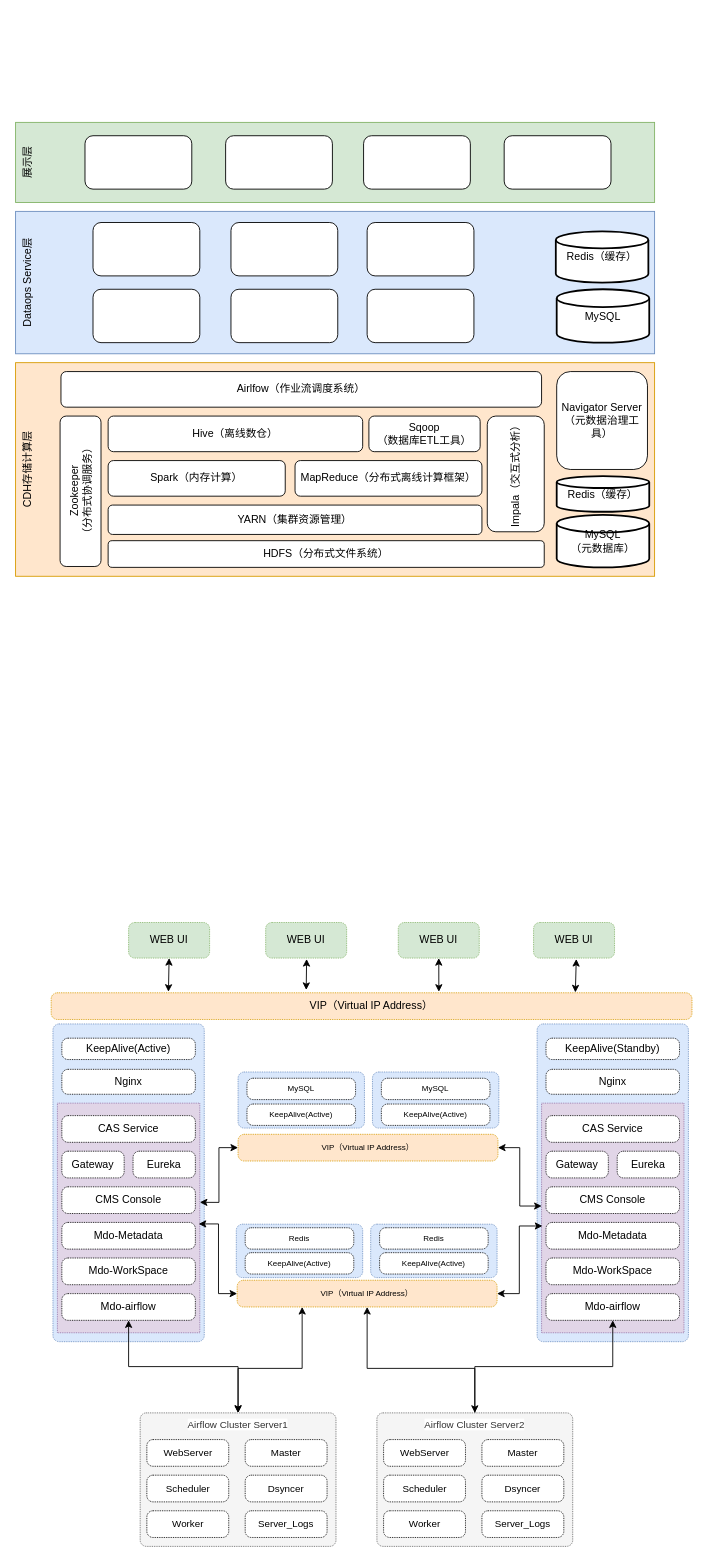
Earlier version of the draw.io diagram Untitled Diagram.drawio (fayson/cdh-autouninstall). Source tidied: cells renumbered, new cells numbered last; positions are measured from the earlier drawing's top-left corner, leaving out a move shared by most shapes. Both pictures are drawn from the tidied source at 89%, with x=0, y=0 at pixel (15, 122).
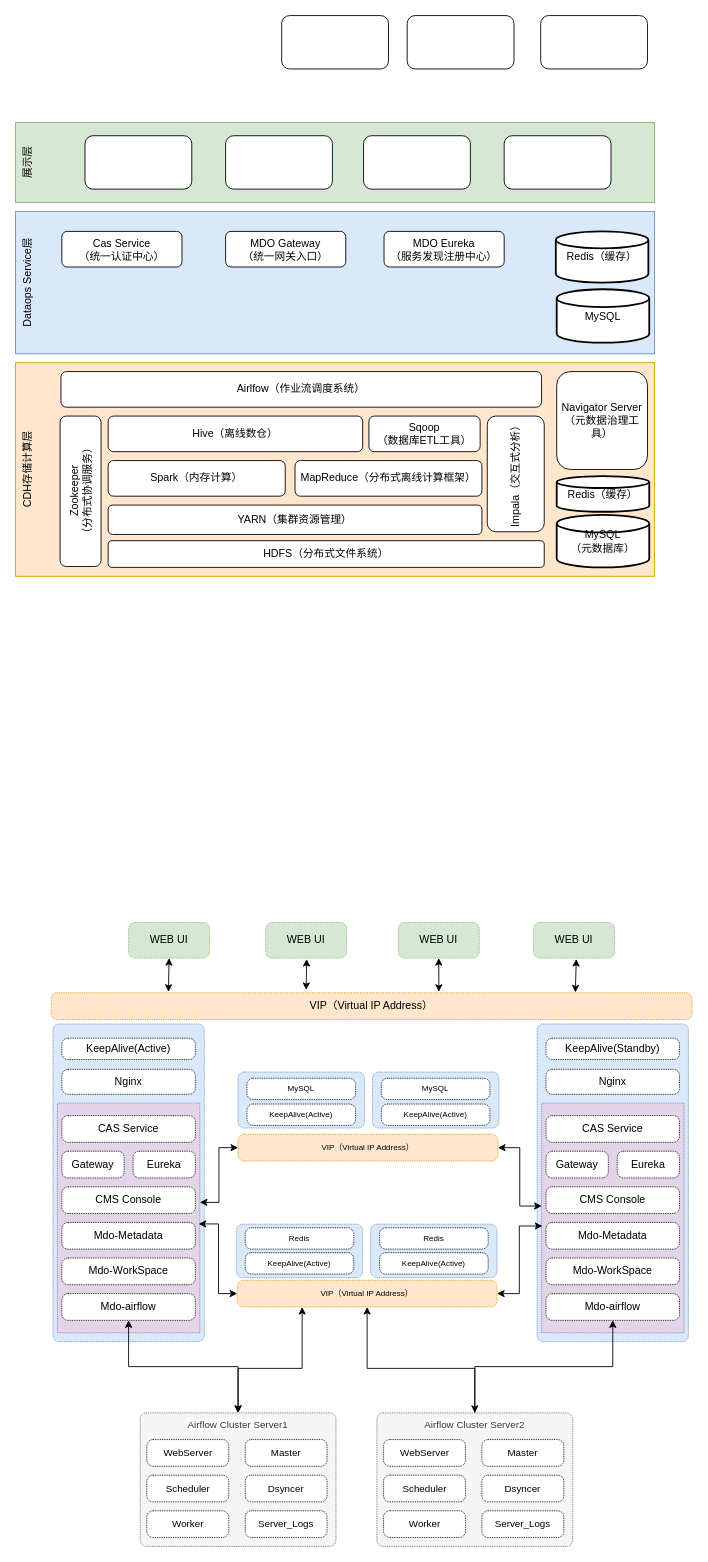
The same page after the edit.

Commit message:
Dataops整体部署架构

Change to the diagram source:
```diff
@@
-    <mxCell id="75" style="rounded=1;whiteSpace=wrap;html=1;" parent="1" vertex="1">
-      <mxGeometry x="87" y="112.5" width="120" height="60" as="geometry" />
+    <mxCell id="75" value="MDO Gateway&lt;br&gt;（统一网关入口）" style="rounded=1;whiteSpace=wrap;html=1;" parent="1" vertex="1">
+      <mxGeometry x="236" y="122.5" width="135" height="40" as="geometry" />
     </mxCell>
-    <mxCell id="76" style="rounded=1;whiteSpace=wrap;html=1;" parent="1" vertex="1">
-      <mxGeometry x="242" y="112.5" width="120" height="60" as="geometry" />
-    </mxCell>
-    <mxCell id="77" style="rounded=1;whiteSpace=wrap;html=1;" parent="1" vertex="1">
-      <mxGeometry x="395" y="112.5" width="120" height="60" as="geometry" />
-    </mxCell>
     <mxCell id="78" style="rounded=1;whiteSpace=wrap;html=1;" parent="1" vertex="1">
-      <mxGeometry x="87" y="187.5" width="120" height="60" as="geometry" />
+      <mxGeometry x="440" y="-120" width="120" height="60" as="geometry" />
     </mxCell>
     <mxCell id="79" style="rounded=1;whiteSpace=wrap;html=1;" parent="1" vertex="1">
-      <mxGeometry x="242" y="187.5" width="120" height="60" as="geometry" />
+      <mxGeometry x="299" y="-120" width="120" height="60" as="geometry" />
     </mxCell>
     <mxCell id="80" style="rounded=1;whiteSpace=wrap;html=1;" parent="1" vertex="1">
-      <mxGeometry x="395" y="187.5" width="120" height="60" as="geometry" />
+      <mxGeometry x="590" y="-120" width="120" height="60" as="geometry" />
     </mxCell>
@@
+    <mxCell id="96" value="MDO Eureka&lt;br&gt;（服务发现注册中心）" style="rounded=1;whiteSpace=wrap;html=1;" parent="1" vertex="1">
+      <mxGeometry x="414" y="122.5" width="135" height="40" as="geometry" />
+    </mxCell>
+    <mxCell id="97" value="Cas Service&lt;br&gt;（统一认证中心）" style="rounded=1;whiteSpace=wrap;html=1;" parent="1" vertex="1">
+      <mxGeometry x="52" y="122.5" width="135" height="40" as="geometry" />
+    </mxCell>
```
